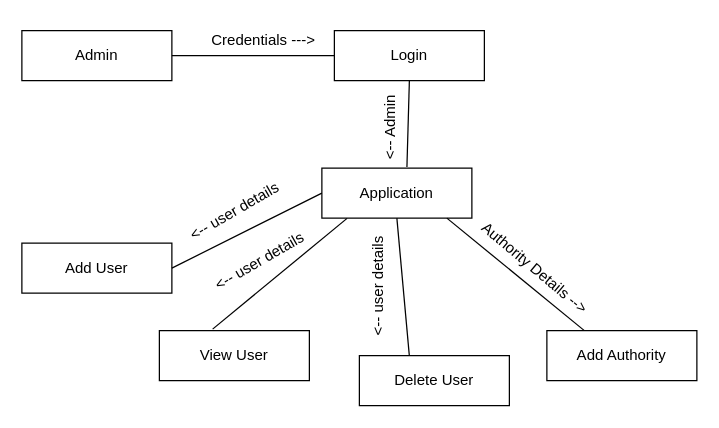
Before: Admin-collebration-diagram.drawio.xml in ShashwatG591/npds, a draw.io diagram. Source tidied: cells renumbered, new cells numbered last; positions are measured from the earlier drawing's top-left corner, leaving out a move shared by most shapes. Both pictures are drawn from the tidied source at 125%, with x=0, y=0 at pixel (21, 21).
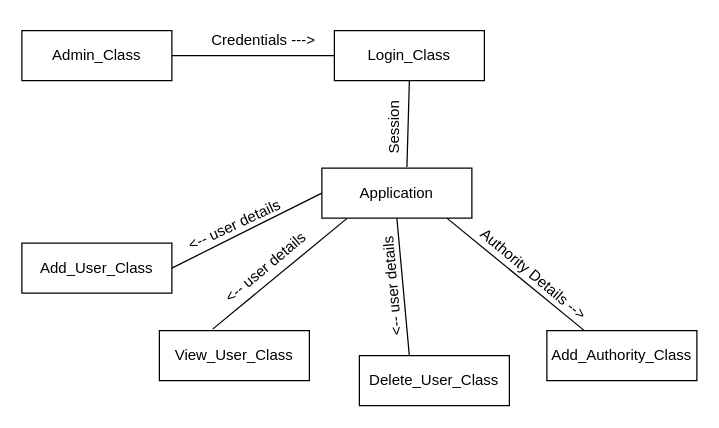
After the change.

The edit, as a diff of the source:
```diff
@@
-    <mxCell id="2" value="Admin" style="rounded=0;whiteSpace=wrap;html=1;" parent="1" vertex="1">
+    <mxCell id="2" value="Admin_Class" style="rounded=0;whiteSpace=wrap;html=1;" parent="1" vertex="1">
       <mxGeometry y="7" width="120" height="40" as="geometry" />
     </mxCell>
-    <mxCell id="3" value="Login" style="rounded=0;whiteSpace=wrap;html=1;" parent="1" vertex="1">
+    <mxCell id="3" value="Login_Class" style="rounded=0;whiteSpace=wrap;html=1;" parent="1" vertex="1">
       <mxGeometry x="250" y="7" width="120" height="40" as="geometry" />
     </mxCell>
@@
-    <mxCell id="5" value="Add User" style="rounded=0;whiteSpace=wrap;html=1;" parent="1" vertex="1">
+    <mxCell id="5" value="Add_User_Class" style="rounded=0;whiteSpace=wrap;html=1;" parent="1" vertex="1">
       <mxGeometry y="177" width="120" height="40" as="geometry" />
     </mxCell>
-    <mxCell id="6" value="Delete User" style="rounded=0;whiteSpace=wrap;html=1;" parent="1" vertex="1">
+    <mxCell id="6" value="Delete_User_Class" style="rounded=0;whiteSpace=wrap;html=1;" parent="1" vertex="1">
       <mxGeometry x="270" y="267" width="120" height="40" as="geometry" />
     </mxCell>
-    <mxCell id="7" value="View User" style="rounded=0;whiteSpace=wrap;html=1;" parent="1" vertex="1">
+    <mxCell id="7" value="View_User_Class" style="rounded=0;whiteSpace=wrap;html=1;" parent="1" vertex="1">
       <mxGeometry x="110" y="247" width="120" height="40" as="geometry" />
     </mxCell>
-    <mxCell id="8" value="Add Authority" style="rounded=0;whiteSpace=wrap;html=1;" parent="1" vertex="1">
+    <mxCell id="8" value="Add_Authority_Class" style="rounded=0;whiteSpace=wrap;html=1;" parent="1" vertex="1">
       <mxGeometry x="420" y="247" width="120" height="40" as="geometry" />
     </mxCell>
@@
-    <mxCell id="14" value="&amp;lt;-- Admin" style="text;html=1;align=center;verticalAlign=middle;strokeColor=none;fillColor=none;rotation=-90;" parent="1" vertex="1">
-      <mxGeometry x="255" y="70" width="80" height="30" as="geometry" />
+    <mxCell id="14" value="Session" style="text;html=1;align=center;verticalAlign=middle;strokeColor=none;fillColor=none;rotation=-90;" parent="1" vertex="1">
+      <mxGeometry x="263" y="70" width="70" height="30" as="geometry" />
     </mxCell>
@@
-    <mxCell id="17" value="&amp;lt;-- user details" style="text;html=1;align=center;verticalAlign=middle;strokeColor=none;fillColor=none;rotation=-30;" parent="1" vertex="1">
-      <mxGeometry x="120" y="137" width="100" height="30" as="geometry" />
+    <mxCell id="17" value="&amp;lt;-- user details" style="text;html=1;align=center;verticalAlign=middle;strokeColor=none;fillColor=none;rotation=-25;" parent="1" vertex="1">
+      <mxGeometry x="120" y="148" width="100" height="30" as="geometry" />
     </mxCell>
-    <mxCell id="18" value="&amp;lt;-- user details" style="text;html=1;align=center;verticalAlign=middle;strokeColor=none;fillColor=none;rotation=-30;" parent="1" vertex="1">
-      <mxGeometry x="140" y="177" width="100" height="30" as="geometry" />
+    <mxCell id="18" value="&amp;lt;-- user details" style="text;html=1;align=center;verticalAlign=middle;strokeColor=none;fillColor=none;rotation=-40;" parent="1" vertex="1">
+      <mxGeometry x="145" y="182" width="100" height="30" as="geometry" />
     </mxCell>
-    <mxCell id="19" value="&amp;lt;-- user details" style="text;html=1;align=center;verticalAlign=middle;strokeColor=none;fillColor=none;rotation=-90;" parent="1" vertex="1">
-      <mxGeometry x="235" y="197" width="100" height="30" as="geometry" />
+    <mxCell id="19" value="&amp;lt;-- user details" style="text;html=1;align=center;verticalAlign=middle;strokeColor=none;fillColor=none;rotation=-95;" parent="1" vertex="1">
+      <mxGeometry x="247" y="197" width="100" height="30" as="geometry" />
     </mxCell>
     <mxCell id="20" value="Authority Details --&amp;gt;" style="text;html=1;align=center;verticalAlign=middle;strokeColor=none;fillColor=none;rotation=40;" parent="1" vertex="1">
-      <mxGeometry x="345" y="182" width="130" height="30" as="geometry" />
+      <mxGeometry x="344" y="187" width="130" height="30" as="geometry" />
     </mxCell>
```
